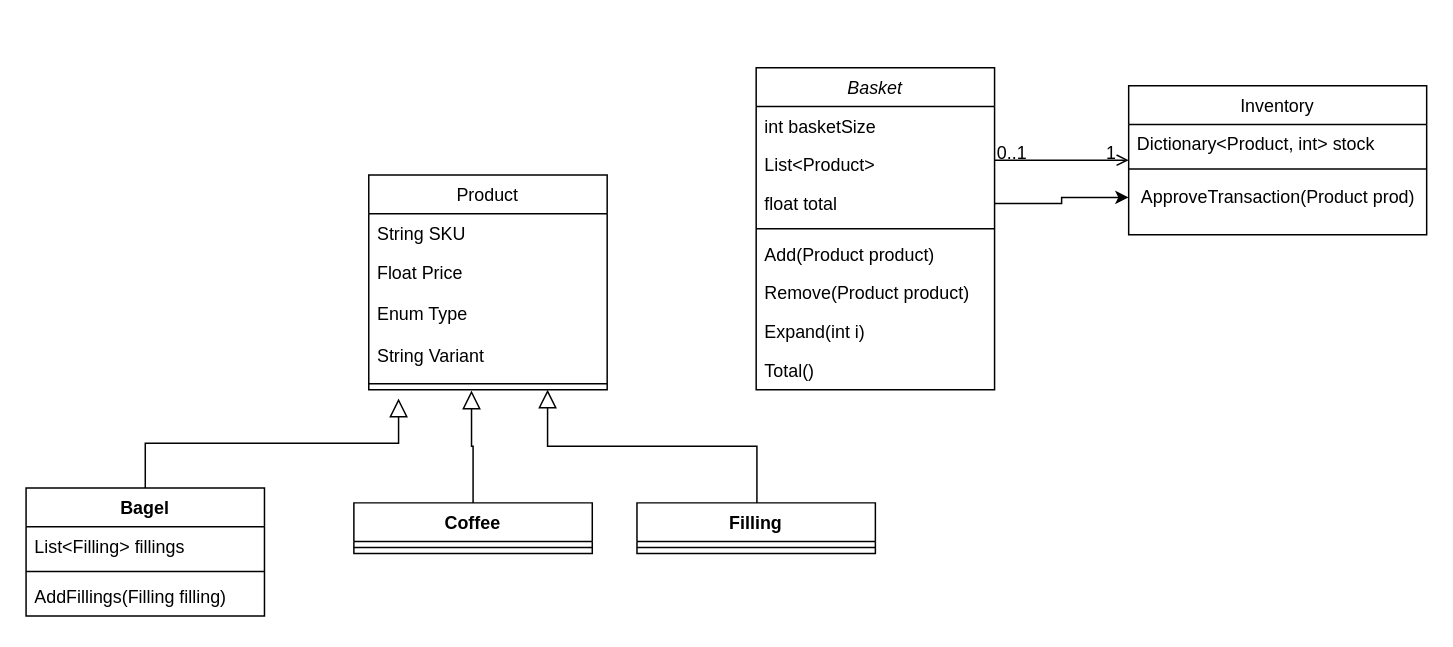
The draw.io diagram class_diagram.drawio in boolean-uk/csharp-tdd-oop-bobs-bagels, before the edit. Source tidied: cells renumbered, new cells numbered last; positions are measured from the earlier drawing's top-left corner, leaving out a move shared by most shapes. Both pictures are drawn from the tidied source at 149%, with x=0, y=0 at pixel (25, 67).
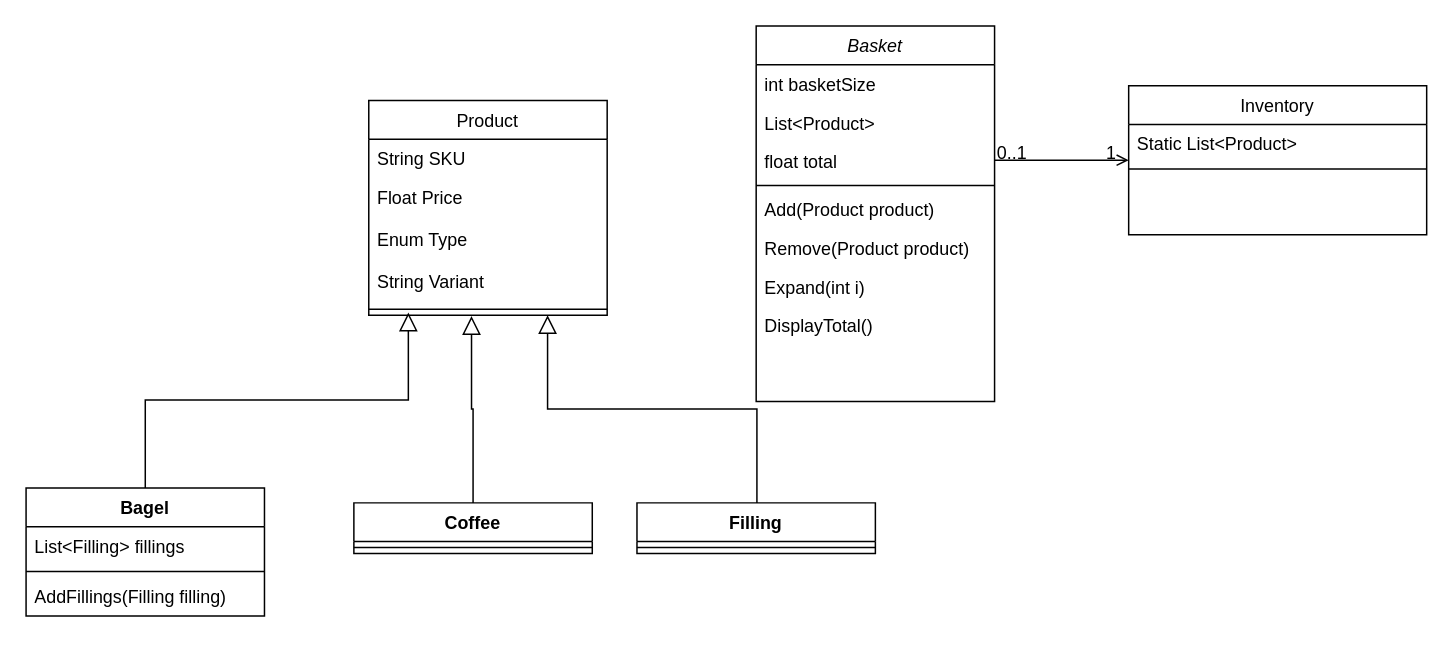
The same diagram, later.

The change refers to these unchanged cells:
```xml
<mxCell id="5" value="float total" style="text;align=left;verticalAlign=top;spacingLeft=4;spacingRight=4;overflow=hidden;points=[[0,0.5],[1,0.5]];portConstraint=eastwest;rounded=0;shadow=0;html=0;" parent="2" vertex="1">
  <mxGeometry y="78" width="160" height="26" as="geometry" />
</mxCell>
<mxCell id="16" style="line;html=1;strokeWidth=1;align=left;verticalAlign=middle;spacingTop=-1;spacingLeft=3;spacingRight=3;labelPosition=right;points=[];portConstraint=eastwest;" parent="11" vertex="1">
  <mxGeometry y="136" width="160" height="8" as="geometry" />
</mxCell>
<mxCell id="18" value="Inventory" style="swimlane;fontStyle=0;align=center;verticalAlign=top;horizontal=1;startSize=26;rounded=0;shadow=0;strokeWidth=1;" parent="1" vertex="1">
  <mxGeometry x="740" y="12" width="200" height="100" as="geometry" />
</mxCell>
<mxCell id="25" value="Bagel" style="swimlane;fontStyle=1;align=center;verticalAlign=top;horizontal=1;startSize=26;whiteSpace=wrap;html=1;" parent="1" vertex="1">
  <mxGeometry y="282" width="160" height="86" as="geometry" />
</mxCell>
```

The edit, as a diff of the source:
```diff
@@
     <mxCell id="2" value="Basket" style="swimlane;fontStyle=2;align=center;verticalAlign=top;horizontal=1;startSize=26;rounded=0;shadow=0;strokeWidth=1;" parent="1" vertex="1">
-      <mxGeometry x="490" width="160" height="216" as="geometry" />
+      <mxGeometry x="490" y="-28" width="160" height="252" as="geometry" />
     </mxCell>
@@
     <mxCell id="6" style="line;html=1;strokeWidth=1;align=left;verticalAlign=middle;spacingTop=-1;spacingLeft=3;spacingRight=3;labelPosition=right;" parent="2" vertex="1">
-      <mxGeometry y="104" width="160" height="8" as="geometry" />
+      <mxGeometry y="104" width="160" height="6" as="geometry" />
     </mxCell>
     <mxCell id="7" value="Add(Product product)" style="text;align=left;verticalAlign=top;spacingLeft=4;spacingRight=4;overflow=hidden;" parent="2" vertex="1">
-      <mxGeometry y="112" width="160" height="26" as="geometry" />
+      <mxGeometry y="110" width="160" height="26" as="geometry" />
     </mxCell>
     <mxCell id="8" value="Remove(Product product)" style="text;align=left;verticalAlign=top;spacingLeft=4;spacingRight=4;overflow=hidden;" parent="2" vertex="1">
-      <mxGeometry y="138" width="160" height="26" as="geometry" />
+      <mxGeometry y="136" width="160" height="26" as="geometry" />
     </mxCell>
     <mxCell id="9" value="Expand(int i)" style="text;align=left;verticalAlign=top;spacingLeft=4;spacingRight=4;overflow=hidden;" parent="2" vertex="1">
-      <mxGeometry y="164" width="160" height="26" as="geometry" />
+      <mxGeometry y="162" width="160" height="26" as="geometry" />
     </mxCell>
-    <mxCell id="10" value="Total()" style="text;align=left;verticalAlign=top;spacingLeft=4;spacingRight=4;overflow=hidden;" parent="2" vertex="1">
-      <mxGeometry y="190" width="160" height="26" as="geometry" />
+    <mxCell id="10" value="DisplayTotal()" style="text;align=left;verticalAlign=top;spacingLeft=4;spacingRight=4;overflow=hidden;" parent="2" vertex="1">
+      <mxGeometry y="188" width="160" height="26" as="geometry" />
     </mxCell>
     <mxCell id="11" value="Product" style="swimlane;fontStyle=0;align=center;verticalAlign=top;horizontal=1;startSize=26;rounded=0;shadow=0;strokeWidth=1;" parent="1" vertex="1">
-      <mxGeometry x="230" y="72" width="160" height="144" as="geometry" />
+      <mxGeometry x="230" y="22" width="160" height="144" as="geometry" />
     </mxCell>
@@
-    <mxCell id="17" style="endArrow=block;endSize=10;endFill=0;shadow=0;strokeWidth=1;rounded=0;edgeStyle=elbowEdgeStyle;elbow=vertical;exitX=0.5;exitY=0;exitDx=0;exitDy=0;" parent="1" edge="1" source="25">
-      <mxGeometry relative="1" as="geometry">
-        <mxPoint x="250" y="222" as="targetPoint" />
-      </mxGeometry>
+    <mxCell id="17" style="endArrow=block;endSize=10;endFill=0;shadow=0;strokeWidth=1;rounded=0;edgeStyle=elbowEdgeStyle;elbow=vertical;exitX=0.5;exitY=0;exitDx=0;exitDy=0;entryX=0.166;entryY=0.785;entryDx=0;entryDy=0;entryPerimeter=0;" parent="1" edge="1" source="25" target="16">
+      <mxGeometry relative="1" as="geometry" />
     </mxCell>
@@
-    <mxCell id="19" value="Dictionary&lt;Product, int&gt; stock" style="text;align=left;verticalAlign=top;spacingLeft=4;spacingRight=4;overflow=hidden;" parent="18" vertex="1">
+    <mxCell id="19" value="Static List&lt;Product&gt;" style="text;align=left;verticalAlign=top;spacingLeft=4;spacingRight=4;overflow=hidden;" parent="18" vertex="1">
       <mxGeometry y="26" width="200" height="26" as="geometry" />
     </mxCell>
@@
-    <mxCell id="21" value="ApproveTransaction(Product prod)" style="text;html=1;align=center;verticalAlign=middle;points=[];strokeColor=none;fillColor=none;" parent="18" vertex="1">
-      <mxGeometry y="60" width="200" height="30" as="geometry" />
-    </mxCell>
@@
-    <mxCell id="35" style="edgeStyle=orthogonalEdgeStyle;rounded=0;jettySize=auto;html=1;" parent="1" edge="1" source="5" target="21">
-      <mxGeometry relative="1" as="geometry" />
-    </mxCell>
```
